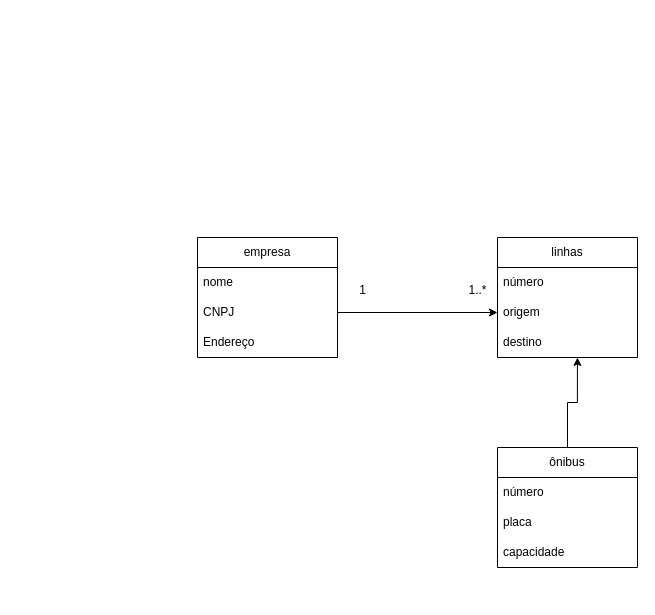
Above: page "Página-2" (2 of 2) of porva pt 2.drawio in livramos/Modelagem-de-Dados- (draw.io), before the change. Source tidied: cells renumbered, new cells numbered last; positions are measured from the earlier drawing's top-left corner, leaving out a move shared by most shapes. Both pictures are drawn from the tidied source at 100%, with x=0, y=0 at pixel (197, 237).
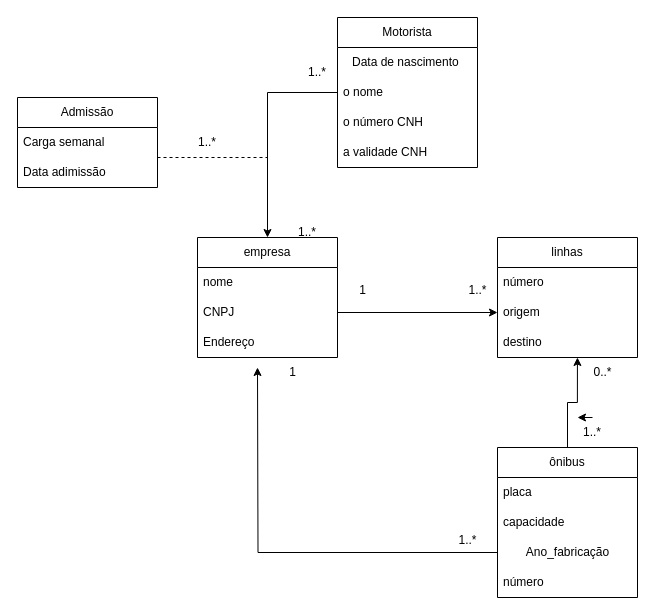
After the change.

Unchanged cells that the change refers to:
```xml
<mxCell id="2" value="empresa" style="swimlane;fontStyle=0;horizontal=1;startSize=30;whiteSpace=wrap;html=1;" parent="1" vertex="1">
  <mxGeometry width="140" height="120" as="geometry" />
</mxCell>
```

Change to the diagram source:
```diff
@@
     <mxCell id="13" value="ônibus" style="swimlane;fontStyle=0;horizontal=1;startSize=30;whiteSpace=wrap;html=1;" parent="1" vertex="1">
-      <mxGeometry x="300" y="210" width="140" height="120" as="geometry" />
+      <mxGeometry x="300" y="210" width="140" height="150" as="geometry" />
     </mxCell>
-    <mxCell id="14" value="número" style="text;strokeColor=none;fillColor=none;align=left;verticalAlign=middle;spacingLeft=4;spacingRight=4;overflow=hidden;whiteSpace=wrap;html=1;" parent="13" vertex="1">
-      <mxGeometry y="30" width="140" height="30" as="geometry" />
-    </mxCell>
     <mxCell id="15" value="placa" style="text;strokeColor=none;fillColor=none;align=left;verticalAlign=middle;spacingLeft=4;spacingRight=4;overflow=hidden;whiteSpace=wrap;html=1;" parent="13" vertex="1">
-      <mxGeometry y="60" width="140" height="30" as="geometry" />
+      <mxGeometry y="30" width="140" height="30" as="geometry" />
     </mxCell>
     <mxCell id="16" value="capacidade" style="text;strokeColor=none;fillColor=none;align=left;verticalAlign=middle;spacingLeft=4;spacingRight=4;overflow=hidden;whiteSpace=wrap;html=1;" parent="13" vertex="1">
-      <mxGeometry y="90" width="140" height="30" as="geometry" />
+      <mxGeometry y="60" width="140" height="30" as="geometry" />
     </mxCell>
+    <mxCell id="18" style="edgeStyle=orthogonalEdgeStyle;rounded=0;jettySize=auto;html=1;" parent="13" edge="1" source="19">
+      <mxGeometry relative="1" as="geometry">
+        <mxPoint x="-240" y="-80" as="targetPoint" />
+      </mxGeometry>
+    </mxCell>
+    <mxCell id="19" value="Ano_fabricação" style="text;html=1;align=center;verticalAlign=middle;points=[];strokeColor=none;fillColor=none;" parent="13" vertex="1">
+      <mxGeometry y="90" width="140" height="30" as="geometry" />
+    </mxCell>
+    <mxCell id="14" value="número" style="text;strokeColor=none;fillColor=none;align=left;verticalAlign=middle;spacingLeft=4;spacingRight=4;overflow=hidden;whiteSpace=wrap;html=1;" parent="13" vertex="1">
+      <mxGeometry y="120" width="140" height="30" as="geometry" />
+    </mxCell>
@@
+    <mxCell id="20" value="1" style="text;html=1;align=center;verticalAlign=middle;strokeColor=none;fillColor=none;" parent="1" vertex="1">
+      <mxGeometry x="80" y="120" width="30" height="30" as="geometry" />
+    </mxCell>
+    <mxCell id="21" value="1..*" style="text;html=1;align=center;verticalAlign=middle;strokeColor=none;fillColor=none;" parent="1" vertex="1">
+      <mxGeometry x="250" y="288" width="40" height="30" as="geometry" />
+    </mxCell>
+    <mxCell id="22" value="0..*" style="text;html=1;align=center;verticalAlign=middle;strokeColor=none;fillColor=none;" parent="1" vertex="1">
+      <mxGeometry x="385" y="120" width="40" height="30" as="geometry" />
+    </mxCell>
+    <mxCell id="23" value="1..*" style="text;strokeColor=none;align=center;fillColor=none;html=1;verticalAlign=middle;whiteSpace=wrap;rounded=0;" parent="1" vertex="1">
+      <mxGeometry x="365" y="180" width="60" height="30" as="geometry" />
+    </mxCell>
+    <mxCell id="24" style="edgeStyle=orthogonalEdgeStyle;rounded=0;orthogonalLoop=1;jettySize=auto;html=1;exitX=0.5;exitY=0;exitDx=0;exitDy=0;entryX=0.25;entryY=0;entryDx=0;entryDy=0;" parent="1" edge="1" source="23" target="23">
+      <mxGeometry relative="1" as="geometry" />
+    </mxCell>
+    <mxCell id="25" value="Motorista" style="swimlane;fontStyle=0;horizontal=1;startSize=30;whiteSpace=wrap;html=1;" parent="1" vertex="1">
+      <mxGeometry x="140" y="-220" width="140" height="150" as="geometry" />
+    </mxCell>
+    <mxCell id="26" value="Data de nascimento&amp;nbsp;" style="text;strokeColor=none;align=center;fillColor=none;html=1;verticalAlign=middle;whiteSpace=wrap;rounded=0;" parent="25" vertex="1">
+      <mxGeometry y="30" width="140" height="30" as="geometry" />
+    </mxCell>
+    <mxCell id="27" value="o nome" style="text;strokeColor=none;fillColor=none;align=left;verticalAlign=middle;spacingLeft=4;spacingRight=4;overflow=hidden;points=[[0,0.5],[1,0.5]];portConstraint=eastwest;whiteSpace=wrap;html=1;" parent="25" vertex="1">
+      <mxGeometry y="60" width="140" height="30" as="geometry" />
+    </mxCell>
+    <mxCell id="28" value="o número CNH" style="text;strokeColor=none;fillColor=none;align=left;verticalAlign=middle;spacingLeft=4;spacingRight=4;overflow=hidden;whiteSpace=wrap;html=1;" parent="25" vertex="1">
+      <mxGeometry y="90" width="140" height="30" as="geometry" />
+    </mxCell>
+    <mxCell id="29" value="a validade CNH" style="text;strokeColor=none;fillColor=none;align=left;verticalAlign=middle;spacingLeft=4;spacingRight=4;overflow=hidden;whiteSpace=wrap;html=1;" parent="25" vertex="1">
+      <mxGeometry y="120" width="140" height="30" as="geometry" />
+    </mxCell>
+    <mxCell id="30" style="edgeStyle=orthogonalEdgeStyle;rounded=0;jettySize=auto;html=1;entryX=0.5;entryY=0;entryDx=0;entryDy=0;" parent="1" edge="1" source="27" target="2">
+      <mxGeometry relative="1" as="geometry" />
+    </mxCell>
+    <mxCell id="31" value="1..*" style="text;strokeColor=none;align=center;fillColor=none;html=1;verticalAlign=middle;whiteSpace=wrap;rounded=0;" parent="1" vertex="1">
+      <mxGeometry x="80" y="-20" width="60" height="30" as="geometry" />
+    </mxCell>
+    <mxCell id="32" value="1..*" style="text;strokeColor=none;align=center;fillColor=none;html=1;verticalAlign=middle;whiteSpace=wrap;rounded=0;" parent="1" vertex="1">
+      <mxGeometry x="90" y="-180" width="60" height="30" as="geometry" />
+    </mxCell>
+    <mxCell id="33" style="endArrow=none;dashed=1;html=1;rounded=0;" parent="1" edge="1">
+      <mxGeometry relative="1" as="geometry">
+        <mxPoint x="-40" y="-80" as="sourcePoint" />
+        <mxPoint x="70" y="-80" as="targetPoint" />
+      </mxGeometry>
+    </mxCell>
+    <mxCell id="34" value="Admissão" style="swimlane;fontStyle=0;horizontal=1;startSize=30;whiteSpace=wrap;html=1;" parent="1" vertex="1">
+      <mxGeometry x="-180" y="-140" width="140" height="90" as="geometry" />
+    </mxCell>
+    <mxCell id="35" value="Carga semanal" style="text;strokeColor=none;fillColor=none;align=left;verticalAlign=middle;spacingLeft=4;spacingRight=4;overflow=hidden;whiteSpace=wrap;html=1;" parent="34" vertex="1">
+      <mxGeometry y="30" width="140" height="30" as="geometry" />
+    </mxCell>
+    <mxCell id="36" value="Data adimissão" style="text;strokeColor=none;fillColor=none;align=left;verticalAlign=middle;spacingLeft=4;spacingRight=4;overflow=hidden;whiteSpace=wrap;html=1;" parent="34" vertex="1">
+      <mxGeometry y="60" width="140" height="30" as="geometry" />
+    </mxCell>
+    <mxCell id="37" value="1..*" style="text;strokeColor=none;align=center;fillColor=none;html=1;verticalAlign=middle;whiteSpace=wrap;rounded=0;" parent="1" vertex="1">
+      <mxGeometry x="-20" y="-110" width="60" height="30" as="geometry" />
+    </mxCell>
```
